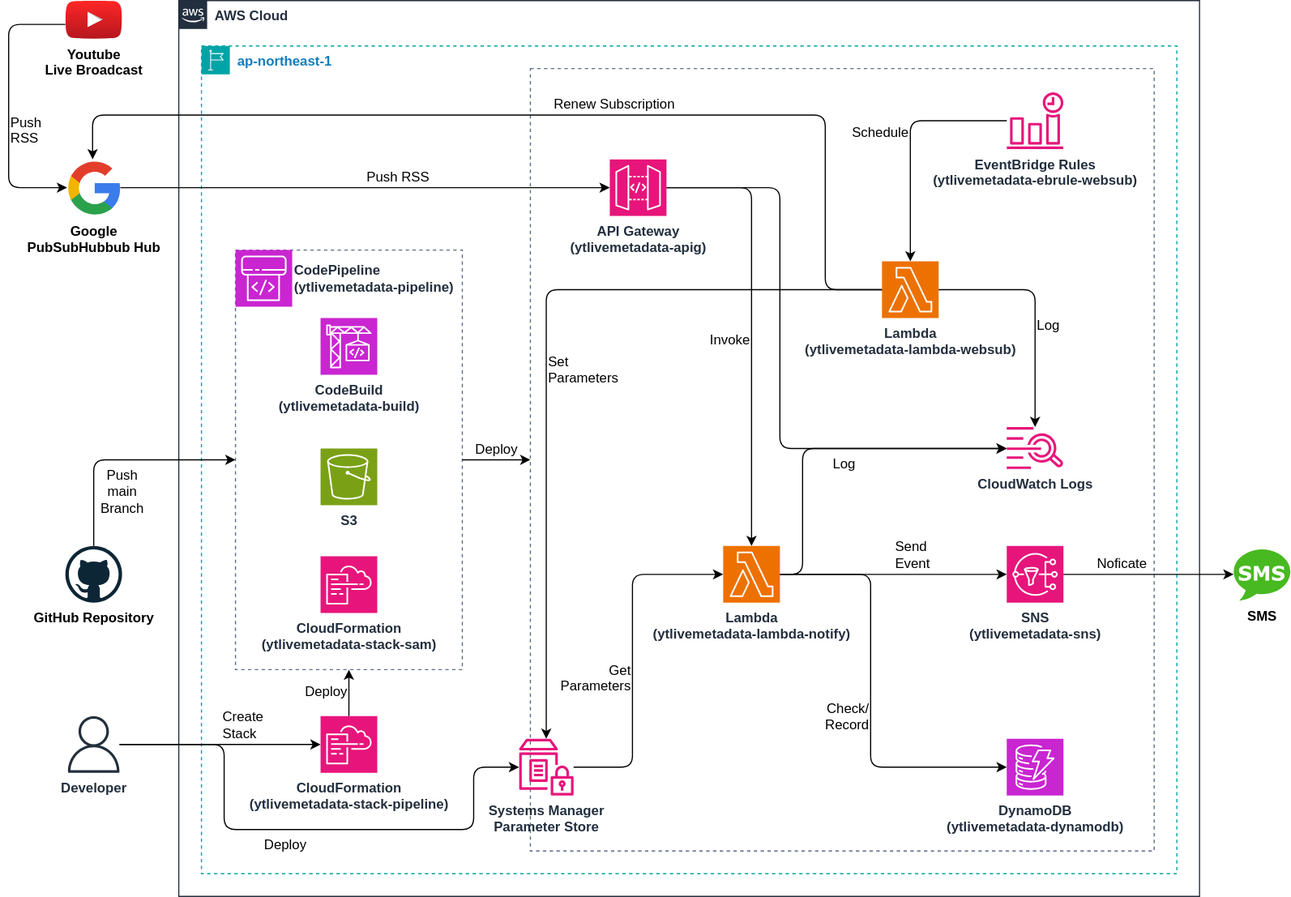
Earlier version of the draw.io export architecture.drawio.svg (infhyroyage/YTLiveMetaData). Source tidied: cells renumbered, new cells last; positions are measured from the earlier drawing's top-left corner, leaving out a move shared by most shapes.
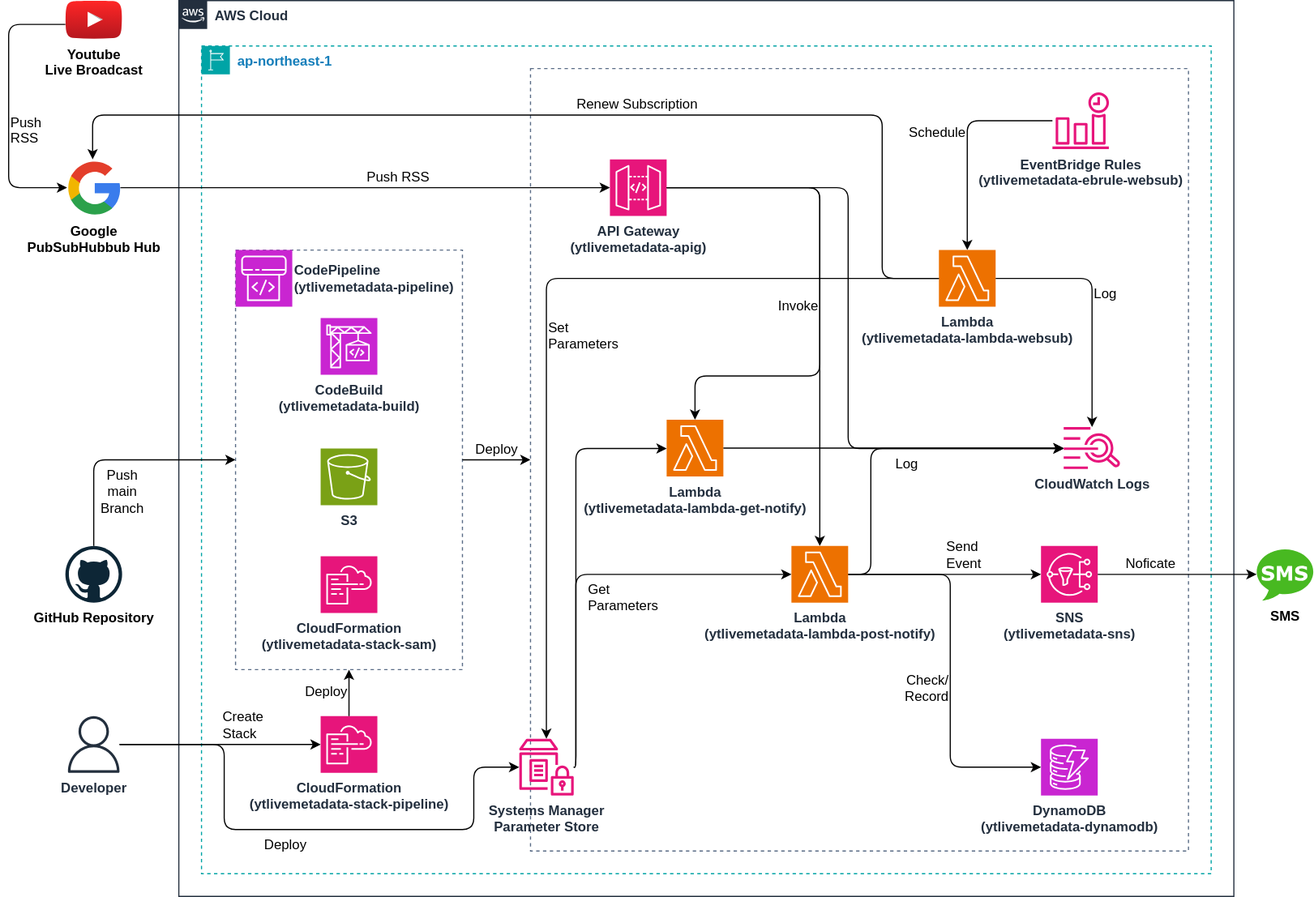
After the commit.

Commit message:
Update AWS architecture figure

Change to the diagram source:
```diff
@@ -3,19 +3,19 @@
     <mxCell id="0" />
     <mxCell id="1" parent="0" />
     <mxCell id="2" value="AWS Cloud" style="gradientColor=none;html=1;whiteSpace=wrap;fontSize=12;fontStyle=1;shape=mxgraph.aws4.group;grIcon=mxgraph.aws4.group_aws_cloud_alt;strokeColor=#232F3E;fillColor=none;verticalAlign=top;align=left;spacingLeft=30;fontColor=#232F3E;dashed=0;" parent="1" vertex="1">
-      <mxGeometry x="150" width="900" height="790" as="geometry" />
+      <mxGeometry x="150" width="930" height="790" as="geometry" />
     </mxCell>
     <mxCell id="3" value="ap-northeast-1" style="gradientColor=none;html=1;whiteSpace=wrap;fontSize=12;fontStyle=1;shape=mxgraph.aws4.group;grIcon=mxgraph.aws4.group_region;strokeColor=#00A4A6;fillColor=none;verticalAlign=top;align=left;spacingLeft=30;fontColor=#147EBA;dashed=1;" parent="2" vertex="1">
-      <mxGeometry x="20" y="40" width="860" height="730" as="geometry" />
+      <mxGeometry x="20" y="40" width="890" height="730" as="geometry" />
     </mxCell>
     <mxCell id="4" style="fillColor=none;strokeColor=#5A6C86;dashed=1;verticalAlign=top;fontStyle=0;fontColor=#5A6C86;whiteSpace=wrap;html=1;" parent="3" vertex="1">
-      <mxGeometry x="290" y="20" width="550" height="690" as="geometry" />
+      <mxGeometry x="290" y="20" width="580" height="690" as="geometry" />
     </mxCell>
     <mxCell id="5" value="Check/&lt;div&gt;&lt;span style=&quot;&quot;&gt;Record&amp;nbsp;&lt;/span&gt;&lt;/div&gt;" style="edgeStyle=orthogonalEdgeStyle;html=1;fontSize=12;labelPosition=left;verticalLabelPosition=bottom;align=right;verticalAlign=top;labelBackgroundColor=none;" parent="3" edge="1" source="28" target="11">
       <mxGeometry relative="1" as="geometry">
         <Array as="points">
-          <mxPoint x="590" y="466" />
-          <mxPoint x="590" y="636" />
+          <mxPoint x="660" y="466" />
+          <mxPoint x="660" y="636" />
         </Array>
       </mxGeometry>
     </mxCell>
@@ -26,16 +26,16 @@
       <mxGeometry x="360" y="100" width="50" height="50" as="geometry" />
     </mxCell>
     <mxCell id="8" value="Lambda&lt;div&gt;(ytlivemetadata-lambda-websub)&lt;/div&gt;" style="sketch=0;points=[[0,0,0],[0.25,0,0],[0.5,0,0],[0.75,0,0],[1,0,0],[0,1,0],[0.25,1,0],[0.5,1,0],[0.75,1,0],[1,1,0],[0,0.25,0],[0,0.5,0],[0,0.75,0],[1,0.25,0],[1,0.5,0],[1,0.75,0]];outlineConnect=0;fontColor=#232F3E;fillColor=#ED7100;strokeColor=#ffffff;dashed=0;verticalLabelPosition=bottom;verticalAlign=top;align=center;html=1;fontSize=12;fontStyle=1;shape=mxgraph.aws4.resourceIcon;resIcon=mxgraph.aws4.lambda;" parent="3" vertex="1">
-      <mxGeometry x="600" y="190" width="50" height="50" as="geometry" />
+      <mxGeometry x="650" y="180" width="50" height="50" as="geometry" />
     </mxCell>
     <mxCell id="9" value="&lt;span style=&quot;color: rgb(35, 47, 62); font-weight: 700;&quot;&gt;EventBridge Rules&lt;/span&gt;&lt;div&gt;&lt;span style=&quot;color: rgb(35, 47, 62); font-weight: 700;&quot;&gt;(ytlivemetadata-ebrule-websub)&lt;/span&gt;&lt;/div&gt;" style="sketch=0;outlineConnect=0;fontColor=#232F3E;gradientColor=none;fillColor=#E7157B;strokeColor=none;dashed=0;verticalLabelPosition=bottom;verticalAlign=top;align=center;html=1;fontSize=12;fontStyle=0;shape=mxgraph.aws4.event_time_based;" parent="3" vertex="1">
-      <mxGeometry x="710" y="41" width="50" height="50" as="geometry" />
+      <mxGeometry x="750" y="41" width="50" height="50" as="geometry" />
     </mxCell>
     <mxCell id="10" value="&lt;span style=&quot;color: rgb(35, 47, 62); font-weight: 700;&quot;&gt;CloudWatch Logs&lt;/span&gt;" style="sketch=0;outlineConnect=0;fontColor=#232F3E;gradientColor=none;fillColor=#E7157B;strokeColor=none;dashed=0;verticalLabelPosition=bottom;verticalAlign=top;align=center;html=1;fontSize=12;fontStyle=0;shape=mxgraph.aws4.cloudwatch_logs;" parent="3" vertex="1">
-      <mxGeometry x="710" y="336" width="50" height="37.2" as="geometry" />
+      <mxGeometry x="760" y="336" width="50" height="37.2" as="geometry" />
     </mxCell>
     <mxCell id="11" value="DynamoDB&lt;div&gt;(ytlivemetadata-dynamodb)&lt;/div&gt;" style="sketch=0;points=[[0,0,0],[0.25,0,0],[0.5,0,0],[0.75,0,0],[1,0,0],[0,1,0],[0.25,1,0],[0.5,1,0],[0.75,1,0],[1,1,0],[0,0.25,0],[0,0.5,0],[0,0.75,0],[1,0.25,0],[1,0.5,0],[1,0.75,0]];outlineConnect=0;fontColor=#232F3E;fillColor=#C925D1;strokeColor=#ffffff;dashed=0;verticalLabelPosition=bottom;verticalAlign=top;align=center;html=1;fontSize=12;fontStyle=1;shape=mxgraph.aws4.resourceIcon;resIcon=mxgraph.aws4.dynamodb;" parent="3" vertex="1">
-      <mxGeometry x="710" y="611" width="50" height="50" as="geometry" />
+      <mxGeometry x="740" y="611" width="50" height="50" as="geometry" />
     </mxCell>
     <mxCell id="12" value="Deploy" style="edgeStyle=none;html=1;labelPosition=center;verticalLabelPosition=top;align=center;verticalAlign=bottom;fontSize=12;labelBackgroundColor=none;" parent="3" edge="1" source="6" target="4">
       <mxGeometry relative="1" as="geometry" />
@@ -43,15 +43,15 @@
     <mxCell id="13" value="Invoke" style="edgeStyle=orthogonalEdgeStyle;html=1;fontSize=12;labelPosition=left;verticalLabelPosition=bottom;align=right;verticalAlign=top;labelBackgroundColor=none;" parent="3" edge="1" source="7" target="28">
       <mxGeometry relative="1" as="geometry">
         <Array as="points">
-          <mxPoint x="485" y="125" />
+          <mxPoint x="545" y="125" />
         </Array>
       </mxGeometry>
     </mxCell>
-    <mxCell id="14" value="Get&lt;div&gt;Parameters&lt;/div&gt;" style="edgeStyle=orthogonalEdgeStyle;html=1;fontSize=12;labelPosition=left;verticalLabelPosition=bottom;align=right;verticalAlign=top;labelBackgroundColor=none;" parent="3" edge="1" source="18" target="28">
+    <mxCell id="14" value="Get&lt;div&gt;Parameters&lt;/div&gt;" style="edgeStyle=orthogonalEdgeStyle;html=1;fontSize=12;labelPosition=right;verticalLabelPosition=bottom;align=left;verticalAlign=top;labelBackgroundColor=none;" parent="3" edge="1" source="18" target="28">
       <mxGeometry relative="1" as="geometry">
         <Array as="points">
-          <mxPoint x="380" y="636" />
-          <mxPoint x="380" y="466" />
+          <mxPoint x="330" y="636" />
+          <mxPoint x="330" y="466" />
         </Array>
       </mxGeometry>
     </mxCell>
@@ -79,49 +79,72 @@
     <mxCell id="22" value="Schedule" style="edgeStyle=orthogonalEdgeStyle;html=1;fontSize=12;labelPosition=left;verticalLabelPosition=top;align=right;verticalAlign=bottom;labelBackgroundColor=none;" parent="3" edge="1" source="9" target="8">
       <mxGeometry relative="1" as="geometry">
         <Array as="points">
-          <mxPoint x="625" y="66" />
+          <mxPoint x="675" y="66" />
         </Array>
       </mxGeometry>
     </mxCell>
     <mxCell id="23" value="Set&lt;div&gt;Parameters&lt;/div&gt;" style="edgeStyle=orthogonalEdgeStyle;html=1;fontSize=12;labelPosition=right;verticalLabelPosition=bottom;align=left;verticalAlign=top;labelBackgroundColor=none;" parent="3" edge="1" source="8" target="18">
       <mxGeometry relative="1" as="geometry">
         <Array as="points">
-          <mxPoint x="304" y="215" />
+          <mxPoint x="304" y="205" />
         </Array>
       </mxGeometry>
     </mxCell>
     <mxCell id="24" value="Log" style="edgeStyle=orthogonalEdgeStyle;html=1;fontSize=12;labelPosition=right;verticalLabelPosition=bottom;align=left;verticalAlign=top;labelBackgroundColor=none;" parent="3" edge="1" source="28" target="10">
       <mxGeometry relative="1" as="geometry">
         <Array as="points">
-          <mxPoint x="530" y="466" />
-          <mxPoint x="530" y="355" />
+          <mxPoint x="590" y="466" />
+          <mxPoint x="590" y="355" />
         </Array>
       </mxGeometry>
     </mxCell>
     <mxCell id="25" style="edgeStyle=orthogonalEdgeStyle;html=1;fontSize=12;labelPosition=right;verticalLabelPosition=bottom;align=left;verticalAlign=top;labelBackgroundColor=none;" parent="3" edge="1" source="7" target="10">
       <mxGeometry relative="1" as="geometry">
         <Array as="points">
-          <mxPoint x="510" y="125" />
-          <mxPoint x="510" y="355" />
+          <mxPoint x="570" y="125" />
+          <mxPoint x="570" y="355" />
         </Array>
       </mxGeometry>
     </mxCell>
-    <mxCell id="26" value="Log" style="edgeStyle=orthogonalEdgeStyle;html=1;fontSize=12;labelPosition=right;verticalLabelPosition=bottom;align=left;verticalAlign=top;labelBackgroundColor=none;" parent="3" edge="1" source="8" target="10">
+    <mxCell id="26" value="Log" style="edgeStyle=orthogonalEdgeStyle;html=1;fontSize=12;labelPosition=right;verticalLabelPosition=top;align=left;verticalAlign=bottom;labelBackgroundColor=none;" parent="3" edge="1" source="8" target="10">
       <mxGeometry relative="1" as="geometry">
         <Array as="points">
-          <mxPoint x="735" y="215" />
+          <mxPoint x="785" y="205" />
         </Array>
       </mxGeometry>
     </mxCell>
     <mxCell id="27" value="CodeBuild&lt;div&gt;(ytlivemetadata-build)&lt;/div&gt;" style="sketch=0;fontColor=#232F3E;fillColor=#C925D1;strokeColor=#ffffff;dashed=0;verticalLabelPosition=bottom;verticalAlign=top;align=center;html=1;fontSize=12;fontStyle=1;shape=mxgraph.aws4.resourceIcon;resIcon=mxgraph.aws4.codebuild;" parent="3" vertex="1">
       <mxGeometry x="105" y="240" width="50" height="50" as="geometry" />
     </mxCell>
-    <mxCell id="28" value="Lambda&lt;div&gt;(ytlivemetadata-lambda-notify)&lt;/div&gt;" style="sketch=0;points=[[0,0,0],[0.25,0,0],[0.5,0,0],[0.75,0,0],[1,0,0],[0,1,0],[0.25,1,0],[0.5,1,0],[0.75,1,0],[1,1,0],[0,0.25,0],[0,0.5,0],[0,0.75,0],[1,0.25,0],[1,0.5,0],[1,0.75,0]];outlineConnect=0;fontColor=#232F3E;fillColor=#ED7100;strokeColor=#ffffff;dashed=0;verticalLabelPosition=bottom;verticalAlign=top;align=center;html=1;fontSize=12;fontStyle=1;shape=mxgraph.aws4.resourceIcon;resIcon=mxgraph.aws4.lambda;" parent="3" vertex="1">
-      <mxGeometry x="460" y="441" width="50" height="50" as="geometry" />
+    <mxCell id="28" value="Lambda&lt;div&gt;(ytlivemetadata-lambda-post-notify)&lt;/div&gt;" style="sketch=0;points=[[0,0,0],[0.25,0,0],[0.5,0,0],[0.75,0,0],[1,0,0],[0,1,0],[0.25,1,0],[0.5,1,0],[0.75,1,0],[1,1,0],[0,0.25,0],[0,0.5,0],[0,0.75,0],[1,0.25,0],[1,0.5,0],[1,0.75,0]];outlineConnect=0;fontColor=#232F3E;fillColor=#ED7100;strokeColor=#ffffff;dashed=0;verticalLabelPosition=bottom;verticalAlign=top;align=center;html=1;fontSize=12;fontStyle=1;shape=mxgraph.aws4.resourceIcon;resIcon=mxgraph.aws4.lambda;" parent="3" vertex="1">
+      <mxGeometry x="520" y="441" width="50" height="50" as="geometry" />
     </mxCell>
     <mxCell id="29" value="&lt;div&gt;SNS&lt;/div&gt;(ytlivemetadata-sns)" style="sketch=0;points=[[0,0,0],[0.25,0,0],[0.5,0,0],[0.75,0,0],[1,0,0],[0,1,0],[0.25,1,0],[0.5,1,0],[0.75,1,0],[1,1,0],[0,0.25,0],[0,0.5,0],[0,0.75,0],[1,0.25,0],[1,0.5,0],[1,0.75,0]];outlineConnect=0;fontColor=#232F3E;fillColor=#E7157B;strokeColor=#ffffff;dashed=0;verticalLabelPosition=bottom;verticalAlign=top;align=center;html=1;fontSize=12;fontStyle=1;shape=mxgraph.aws4.resourceIcon;resIcon=mxgraph.aws4.sns;" parent="3" vertex="1">
-      <mxGeometry x="710" y="441" width="50" height="50" as="geometry" />
+      <mxGeometry x="740" y="441" width="50" height="50" as="geometry" />
     </mxCell>
+    <mxCell id="42" value="Lambda&lt;div&gt;(ytlivemetadata-lambda-get-notify)&lt;/div&gt;" style="sketch=0;points=[[0,0,0],[0.25,0,0],[0.5,0,0],[0.75,0,0],[1,0,0],[0,1,0],[0.25,1,0],[0.5,1,0],[0.75,1,0],[1,1,0],[0,0.25,0],[0,0.5,0],[0,0.75,0],[1,0.25,0],[1,0.5,0],[1,0.75,0]];outlineConnect=0;fontColor=#232F3E;fillColor=#ED7100;strokeColor=#ffffff;dashed=0;verticalLabelPosition=bottom;verticalAlign=top;align=center;html=1;fontSize=12;fontStyle=1;shape=mxgraph.aws4.resourceIcon;resIcon=mxgraph.aws4.lambda;" parent="3" vertex="1">
+      <mxGeometry x="410" y="329.6" width="50" height="50" as="geometry" />
+    </mxCell>
+    <mxCell id="43" style="edgeStyle=orthogonalEdgeStyle;html=1;fontSize=12;labelPosition=left;verticalLabelPosition=bottom;align=right;verticalAlign=top;labelBackgroundColor=none;" parent="3" edge="1" source="18" target="42">
+      <mxGeometry relative="1" as="geometry">
+        <Array as="points">
+          <mxPoint x="330" y="636" />
+          <mxPoint x="330" y="355" />
+        </Array>
+      </mxGeometry>
+    </mxCell>
+    <mxCell id="44" style="edgeStyle=orthogonalEdgeStyle;html=1;fontSize=12;labelPosition=left;verticalLabelPosition=bottom;align=right;verticalAlign=top;labelBackgroundColor=none;" parent="3" edge="1" source="7" target="42">
+      <mxGeometry relative="1" as="geometry">
+        <Array as="points">
+          <mxPoint x="545" y="125" />
+          <mxPoint x="545" y="291" />
+          <mxPoint x="435" y="291" />
+        </Array>
+      </mxGeometry>
+    </mxCell>
+    <mxCell id="45" style="edgeStyle=none;html=1;labelPosition=right;verticalLabelPosition=top;align=left;verticalAlign=bottom;fontSize=12;labelBackgroundColor=none;" parent="3" edge="1" source="42" target="10">
+      <mxGeometry relative="1" as="geometry" />
+    </mxCell>
     <mxCell id="30" value="&lt;div&gt;GitHub Repository&lt;/div&gt;" style="dashed=0;outlineConnect=0;html=1;align=center;labelPosition=center;verticalLabelPosition=bottom;verticalAlign=top;shape=mxgraph.weblogos.github;fontColor=#000000;fontStyle=1;" parent="1" vertex="1">
       <mxGeometry x="50" y="481" width="50" height="50" as="geometry" />
     </mxCell>
@@ -150,8 +173,8 @@
     <mxCell id="37" value="Renew Subscription" style="edgeStyle=orthogonalEdgeStyle;html=1;fontSize=12;labelPosition=right;verticalLabelPosition=top;align=left;verticalAlign=bottom;labelBackgroundColor=none;" parent="1" edge="1" source="8" target="31">
       <mxGeometry relative="1" as="geometry">
         <Array as="points">
-          <mxPoint x="720" y="255" />
-          <mxPoint x="720" y="101" />
+          <mxPoint x="770" y="245" />
+          <mxPoint x="770" y="101" />
           <mxPoint x="74" y="101" />
         </Array>
       </mxGeometry>
@@ -167,7 +190,7 @@
       </mxGeometry>
     </mxCell>
     <mxCell id="39" value="SMS" style="dashed=0;outlineConnect=0;html=1;align=center;labelPosition=center;verticalLabelPosition=bottom;verticalAlign=top;shape=mxgraph.weblogos.sms;fillColor=#48B921;strokeColor=none;fontStyle=1;" parent="1" vertex="1">
-      <mxGeometry x="1080" y="482.9" width="50" height="46.2" as="geometry" />
+      <mxGeometry x="1100" y="482.9" width="50" height="46.2" as="geometry" />
     </mxCell>
     <mxCell id="40" value="Noficate" style="edgeStyle=none;html=1;labelPosition=left;verticalLabelPosition=top;align=right;verticalAlign=bottom;fontSize=12;labelBackgroundColor=none;" parent="1" edge="1" source="29" target="39">
       <mxGeometry relative="1" as="geometry" />
```
